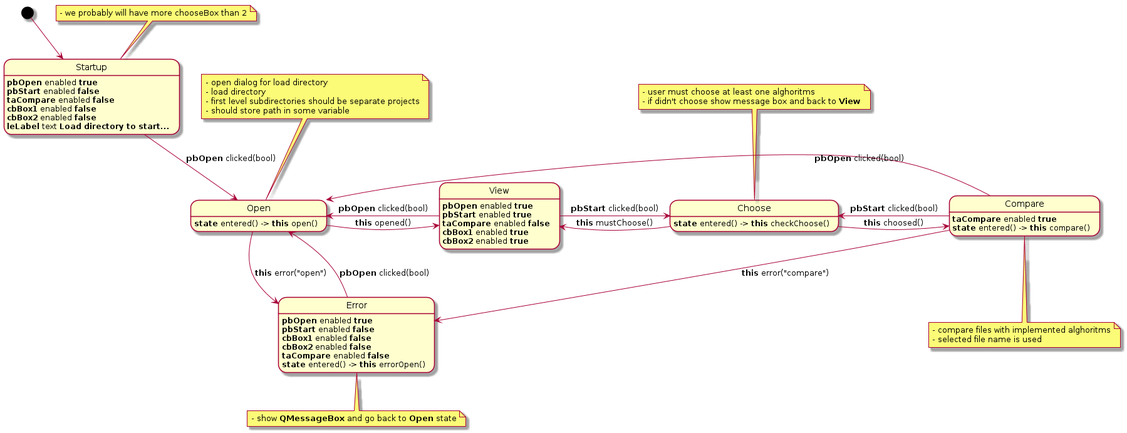
Before: Projekt/uml/interface.png, a diagram exported from PlantUML (MichalBernacki/Plagiarism_detection_app).
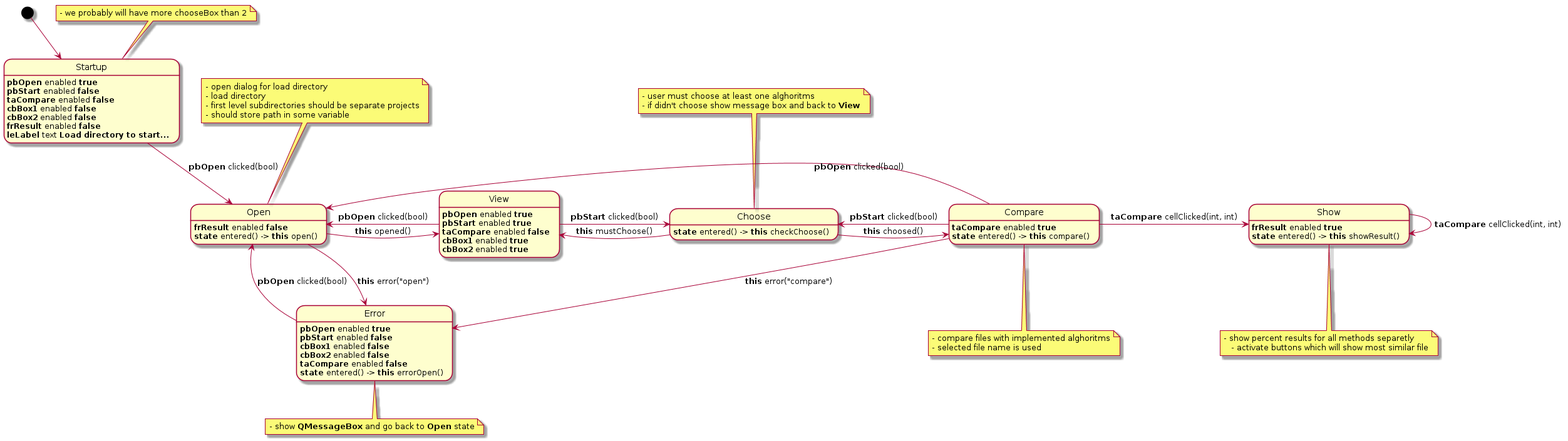
The same diagram one commit later.

Change to the diagram source:
```diff
@@ -13,6 +13,8 @@
     Choose -left-> View : <b>this</b> mustChoose()
     Choose -right-> Compare : <b>this</b> choosed()
     Compare -down-> Error : <b>this</b> error("compare")
+    Compare -right-> Show : <b>taCompare</b> cellClicked(int, int)
+    Show -right-> Show : <b>taCompare</b> cellClicked(int, int)
 
     note top of Startup
     - we probably will have more chooseBox than 2
@@ -39,18 +41,26 @@
     - show <b>QMessageBox</b> and go back to <b>Open</b> state
     end note
 
+    note bottom of Show
+    	- show percent results for all methods separetly
+        - activate buttons which will show most similar file
+    end note
+
 
     Startup: <b>pbOpen</b> enabled <b>true</b>
     Startup: <b>pbStart</b> enabled <b>false</b>
     Startup: <b>taCompare</b> enabled <b>false</b>
     Startup: <b>cbBox1</b> enabled <b>false</b>
     Startup: <b>cbBox2</b> enabled <b>false</b>
+    Startup: <b>frResult</b> enabled <b>false</b>
     Startup: <b>leLabel</b> text <b>Load directory to start...</b>
 
 
+
+	Open: <b>frResult</b> enabled <b>false</b>
     Open: <b>state</b> entered() -> <b>this</b> open()
 
-	View: <b>pbOpen</b> enabled <b>true</b>
+    View: <b>pbOpen</b> enabled <b>true</b>
     View: <b>pbStart</b> enabled <b>true</b>
     View: <b>taCompare</b> enabled <b>false</b>
     View: <b>cbBox1</b> enabled <b>true</b>
@@ -68,4 +78,7 @@
     Error: <b>cbBox2</b> enabled <b>false</b>
     Error: <b>taCompare</b> enabled <b>false</b>
     Error: <b>state</b> entered() -> <b>this</b> errorOpen()
+
+    Show: <b>frResult</b> enabled <b>true</b>
+    Show: <b>state</b> entered() -> <b>this</b> showResult()
 @enduml
```
